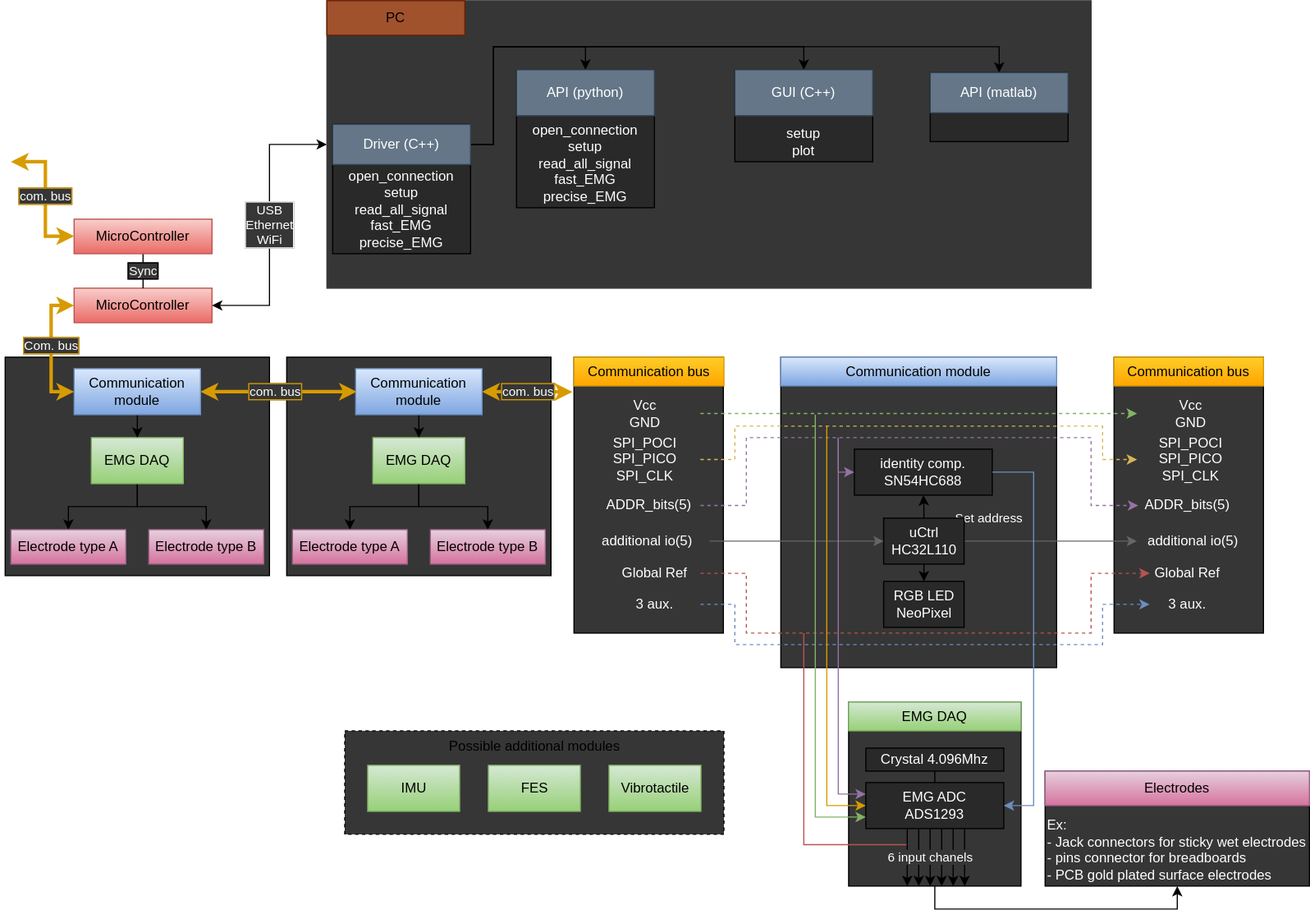
Above: docs/diagram.drawio.svg in Aightech/CleverHand-hardware (draw.io), before the change. Source tidied: cells renumbered, new cells last; positions are measured from the earlier drawing's top-left corner, leaving out a move shared by most shapes.
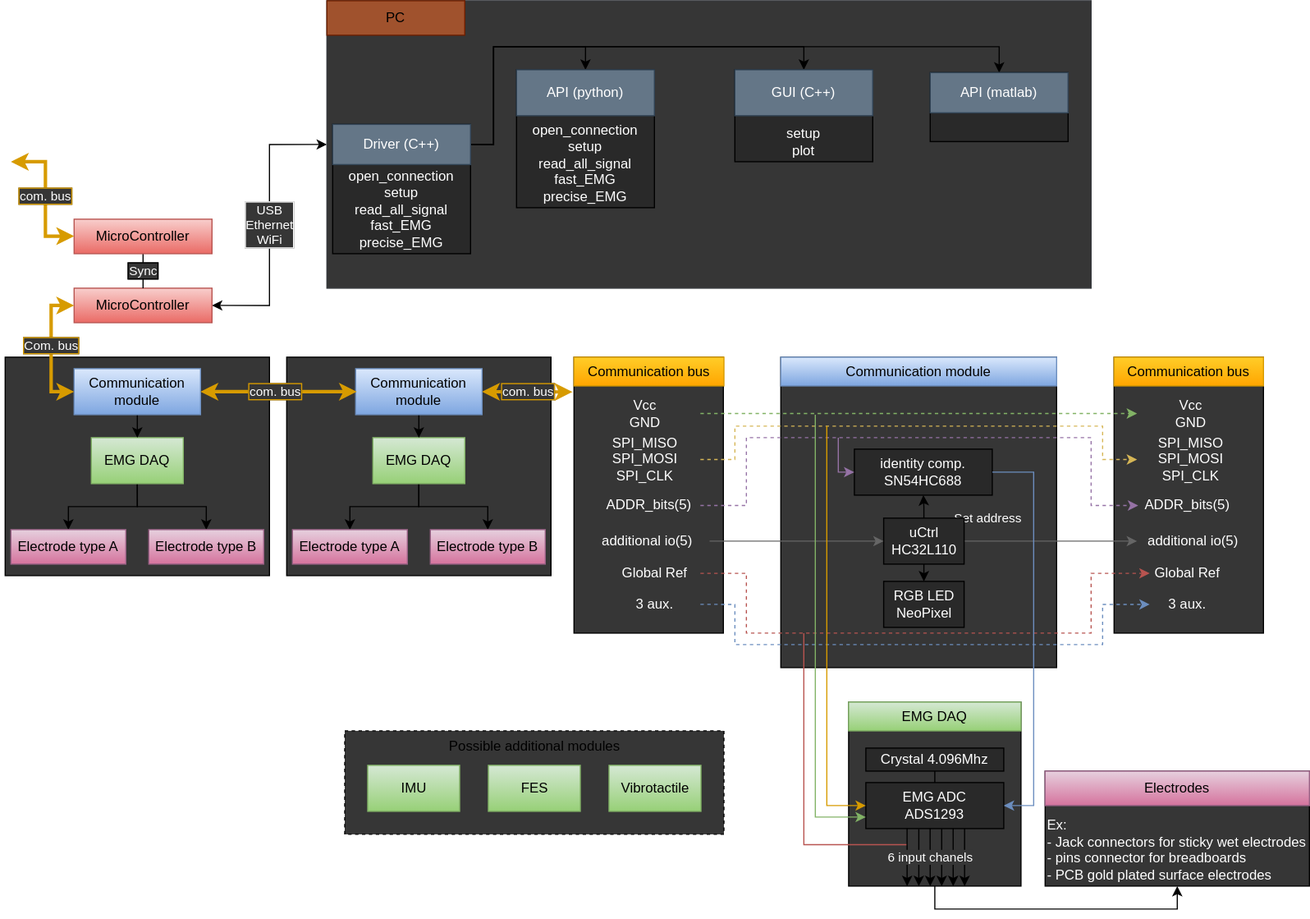
The same file after the commit.

The edit, as a diff of the source:
```diff
@@ -283,14 +283,6 @@
         </Array>
       </mxGeometry>
     </mxCell>
-    <mxCell id="73" style="edgeStyle=orthogonalEdgeStyle;rounded=0;jettySize=auto;html=1;fillColor=#e1d5e7;strokeColor=#9673a6;entryX=0;entryY=0.25;entryDx=0;entryDy=0;" parent="1" edge="1" target="40">
-      <mxGeometry relative="1" as="geometry">
-        <mxPoint x="725" y="380" as="sourcePoint" />
-        <Array as="points">
-          <mxPoint x="725" y="690" />
-        </Array>
-      </mxGeometry>
-    </mxCell>
     <mxCell id="74" style="edgeStyle=orthogonalEdgeStyle;rounded=0;jettySize=auto;html=1;entryX=0;entryY=0.5;entryDx=0;entryDy=0;fillColor=#ffe6cc;strokeColor=#d79b00;" parent="1" edge="1" target="40">
       <mxGeometry relative="1" as="geometry">
         <mxPoint x="715" y="370" as="sourcePoint" />
```
